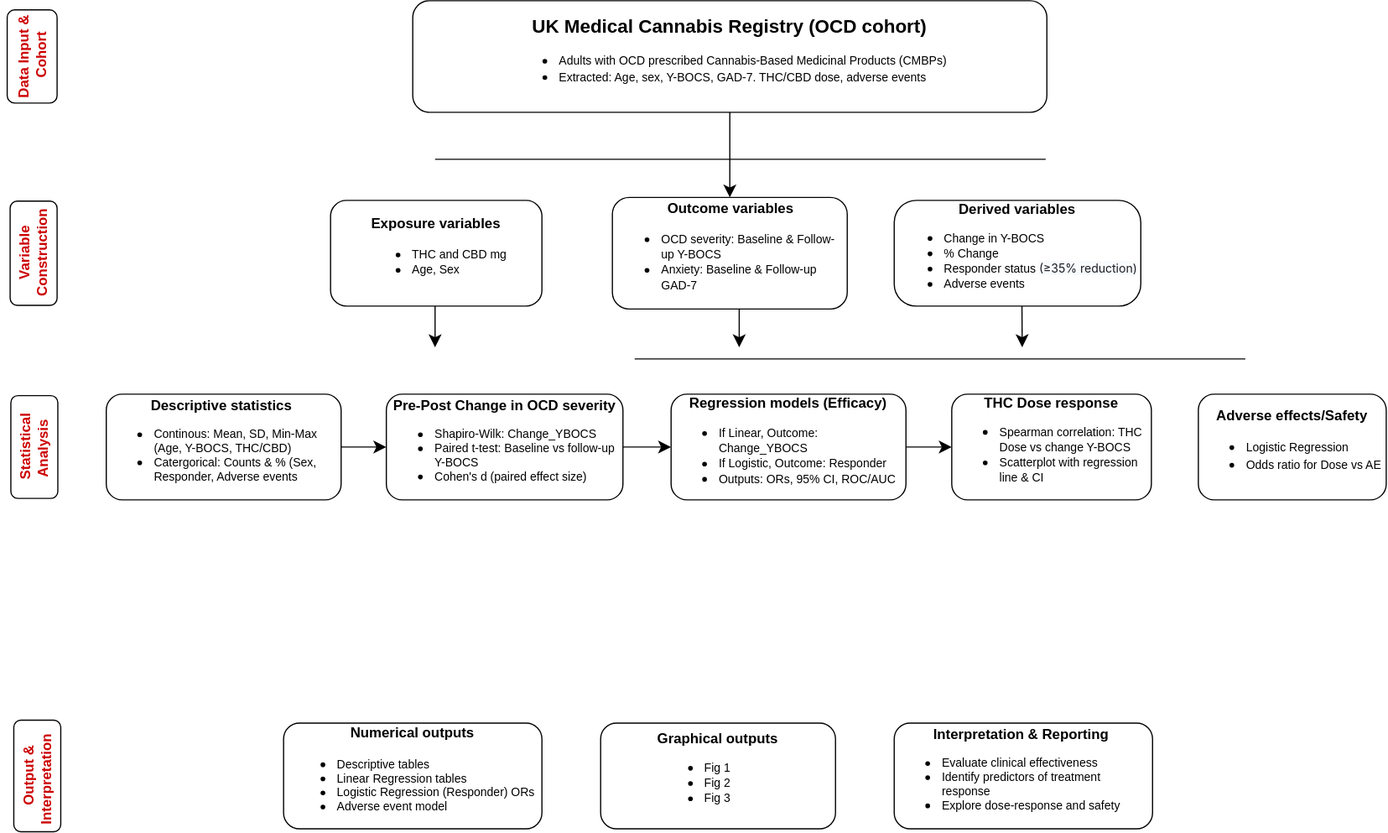
Before: Untitled Diagram.drawio.svg, a diagram exported from draw.io (amy-gurung/first-data-project). Source tidied: cells renumbered, new cells last; positions are measured from the earlier drawing's top-left corner, leaving out a move shared by most shapes.
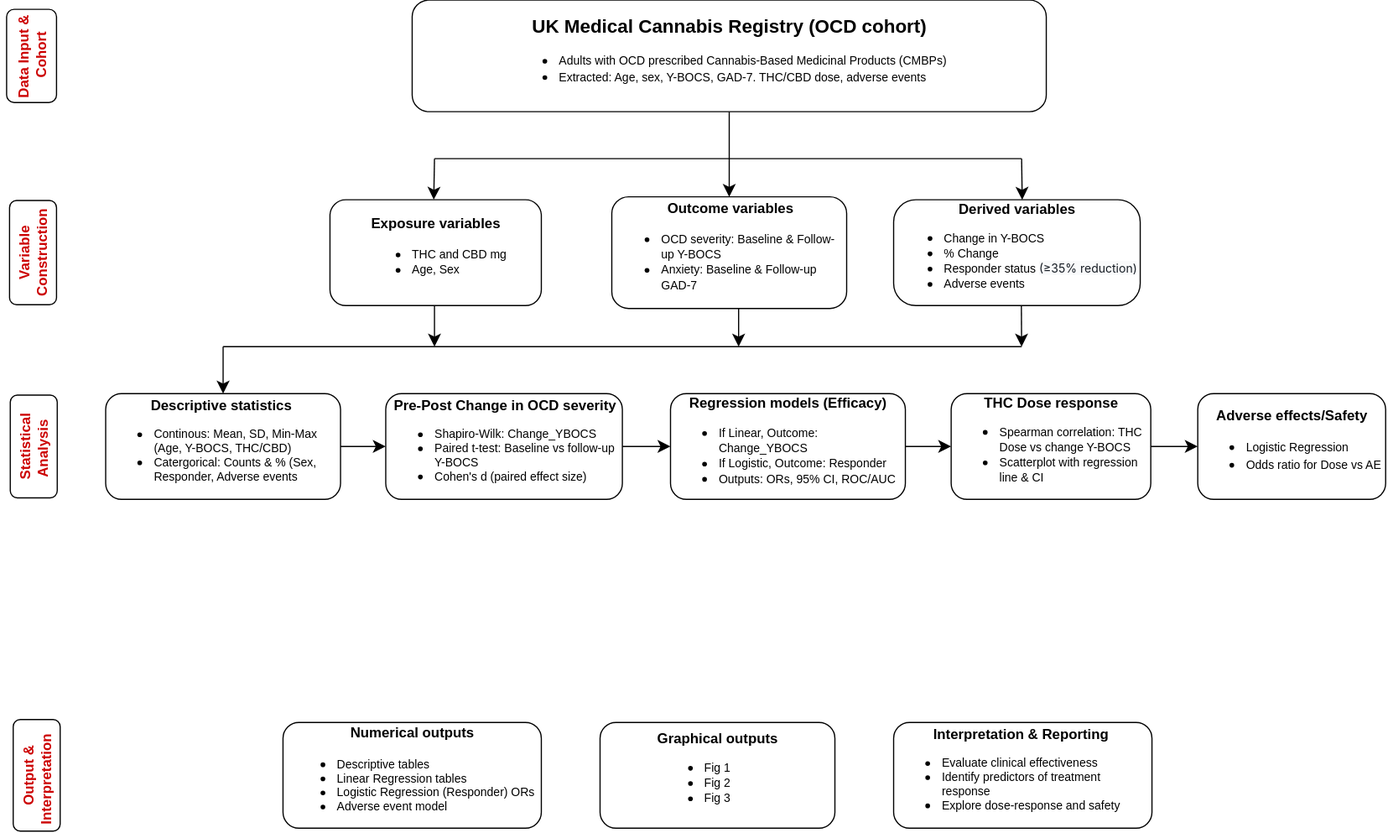
After the commit.

The edit, as a diff of the source:
```diff
@@ -43,6 +43,9 @@
     <mxCell id="13" value="&lt;font&gt;&lt;b style=&quot;line-height: 100%;&quot;&gt;Regression m&lt;/b&gt;&lt;font&gt;&lt;b&gt;odels&amp;nbsp;&lt;/b&gt;&lt;/font&gt;&lt;/font&gt;&lt;font&gt;&lt;b&gt;(Efficacy)&lt;/b&gt;&lt;/font&gt;&lt;div&gt;&lt;ul style=&quot;line-height: 100%;&quot;&gt;&lt;li style=&quot;text-align: left;&quot;&gt;&lt;span style=&quot;font-size: 10px; line-height: 100%;&quot;&gt;If Linear,&amp;nbsp;&lt;/span&gt;&lt;span style=&quot;font-size: 10px;&quot;&gt;Outcome: Change_YBOCS&lt;/span&gt;&lt;/li&gt;&lt;li style=&quot;text-align: left;&quot;&gt;&lt;span style=&quot;font-size: 10px; line-height: 100%;&quot;&gt;If Logistic,&amp;nbsp;&lt;/span&gt;&lt;span style=&quot;font-size: 10px;&quot;&gt;Outcome: Responder&amp;nbsp;&lt;/span&gt;&lt;/li&gt;&lt;li style=&quot;text-align: left;&quot;&gt;&lt;span style=&quot;font-size: 10px; line-height: 100%;&quot;&gt;Outputs: ORs, 95% CI, ROC/AUC&lt;/span&gt;&lt;br&gt;&lt;/li&gt;&lt;/ul&gt;&lt;/div&gt;" style="rounded=1;whiteSpace=wrap;html=1;labelBackgroundColor=none;" parent="1" vertex="1">
       <mxGeometry x="587" y="335" width="200" height="90" as="geometry" />
     </mxCell>
+    <mxCell id="30" style="edgeStyle=none;curved=1;rounded=0;jettySize=auto;html=1;fontSize=12;startSize=8;endSize=8;" parent="1" edge="1" source="14" target="15">
+      <mxGeometry relative="1" as="geometry" />
+    </mxCell>
     <mxCell id="14" value="&lt;div style=&quot;line-height: 100%;&quot;&gt;&lt;b style=&quot;text-align: left;&quot;&gt;THC Dose response&lt;/b&gt;&lt;br&gt;&lt;ul&gt;&lt;li style=&quot;text-align: left;&quot;&gt;&lt;font style=&quot;font-size: 10px;&quot;&gt;Spearman correlation: THC Dose vs change Y-BOCS&lt;br&gt;&lt;/font&gt;&lt;/li&gt;&lt;li style=&quot;text-align: left;&quot;&gt;&lt;font style=&quot;font-size: 10px;&quot;&gt;Scatterplot with regression line &amp;amp; CI&amp;nbsp;&lt;/font&gt;&lt;/li&gt;&lt;/ul&gt;&lt;/div&gt;" style="rounded=1;whiteSpace=wrap;html=1;labelBackgroundColor=none;" parent="1" vertex="1">
       <mxGeometry x="826" y="335" width="170" height="90" as="geometry" />
     </mxCell>
@@ -90,14 +93,30 @@
     <mxCell id="28" style="endArrow=none;html=1;rounded=0;fontSize=12;startSize=8;endSize=8;curved=1;" parent="1" edge="1">
       <mxGeometry relative="1" as="geometry">
         <mxPoint x="386" y="135" as="sourcePoint" />
-        <mxPoint x="906" y="135" as="targetPoint" />
+        <mxPoint x="886" y="135" as="targetPoint" />
       </mxGeometry>
     </mxCell>
     <mxCell id="29" style="endArrow=none;html=1;rounded=0;fontSize=12;startSize=8;endSize=8;curved=1;" parent="1" edge="1">
       <mxGeometry relative="1" as="geometry">
-        <mxPoint x="556" y="305" as="sourcePoint" />
-        <mxPoint x="1076" y="305" as="targetPoint" />
+        <mxPoint x="206" y="295" as="sourcePoint" />
+        <mxPoint x="886" y="295" as="targetPoint" />
       </mxGeometry>
     </mxCell>
+    <mxCell id="31" style="endArrow=classic;html=1;rounded=0;fontSize=12;startSize=8;endSize=8;curved=1;entryX=0.5;entryY=0;entryDx=0;entryDy=0;" parent="1" edge="1" target="9">
+      <mxGeometry relative="1" as="geometry">
+        <mxPoint x="206" y="295" as="sourcePoint" />
+      </mxGeometry>
+    </mxCell>
+    <mxCell id="32" style="endArrow=classic;html=1;rounded=0;fontSize=12;startSize=8;endSize=8;curved=1;entryX=0.491;entryY=-0.001;entryDx=0;entryDy=0;entryPerimeter=0;" parent="1" edge="1" target="5">
+      <mxGeometry relative="1" as="geometry">
+        <mxPoint x="386" y="135" as="sourcePoint" />
+      </mxGeometry>
+    </mxCell>
+    <mxCell id="33" style="endArrow=classic;html=1;rounded=0;fontSize=12;startSize=8;endSize=8;curved=1;entryX=0.491;entryY=-0.001;entryDx=0;entryDy=0;entryPerimeter=0;" parent="1" edge="1">
+      <mxGeometry relative="1" as="geometry">
+        <mxPoint x="886" y="135" as="sourcePoint" />
+        <mxPoint x="886.5" y="170" as="targetPoint" />
+      </mxGeometry>
+    </mxCell>
   </root>
 </mxGraphModel>
```
